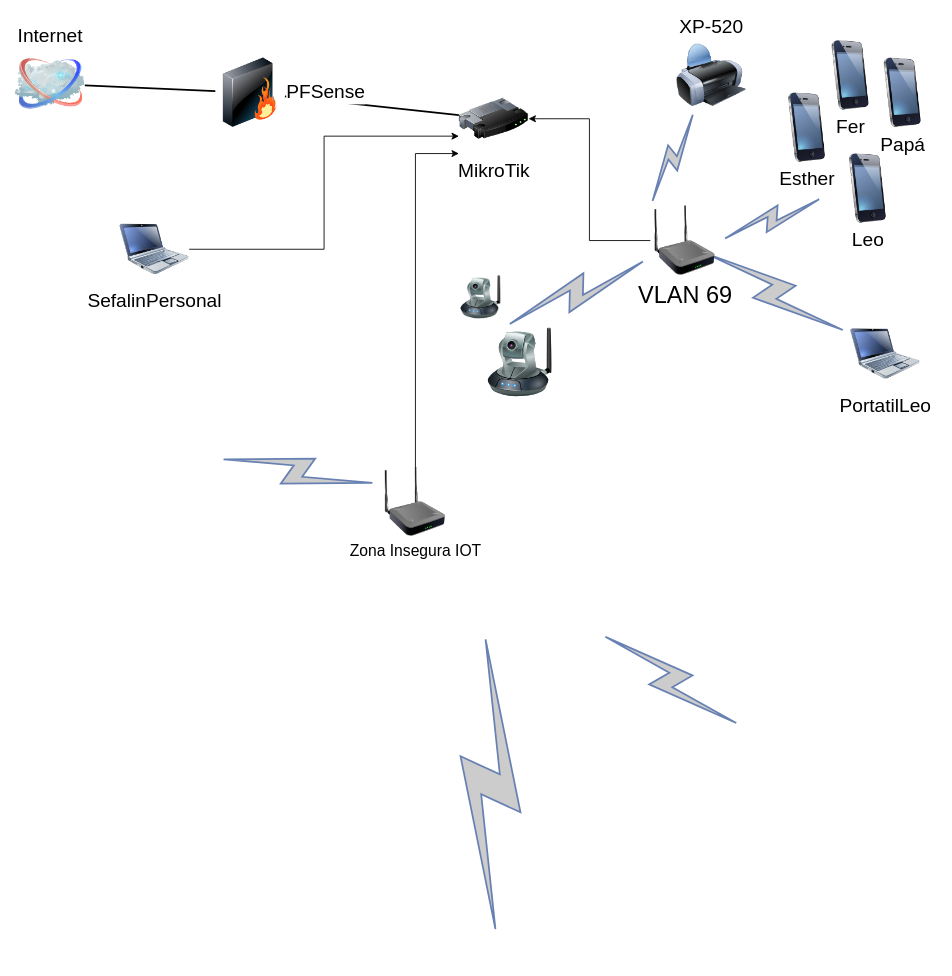
Before: Untitled Diagram.drawio in sefalin84/diagramas, a draw.io diagram. Source tidied: cells renumbered, new cells numbered last; positions are measured from the earlier drawing's top-left corner, leaving out a move shared by most shapes. Both pictures are drawn from the tidied source at 87%, with x=0, y=0 at pixel (15, 40). Pictures stored in the file or linked from it are replaced by grey dashed boxes.
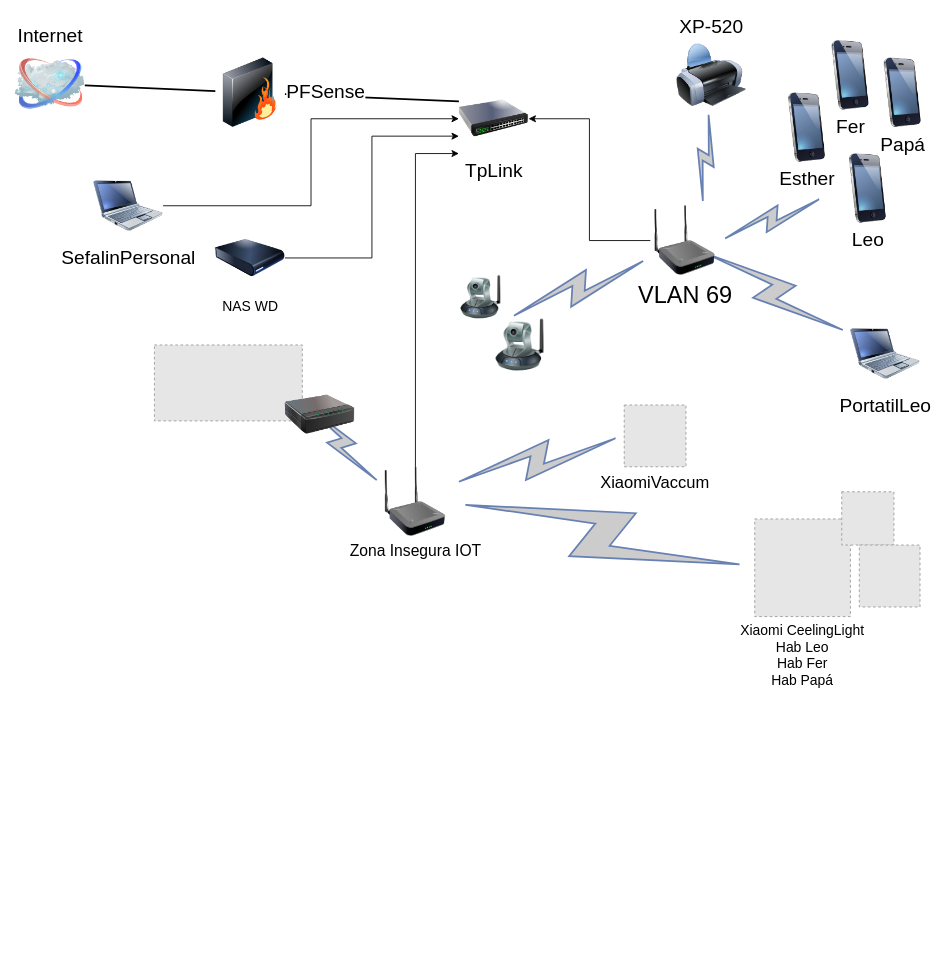
The same page after the edit.

The change refers to these unchanged cells:
```xml
<mxCell id="6" value="PFSense" style="image;html=1;labelBackgroundColor=#ffffff;image=img/lib/clip_art/networking/Firewall_128x128.png;rounded=1;shadow=0;comic=0;strokeWidth=2;fontSize=22;labelPosition=right;verticalLabelPosition=middle;align=left;verticalAlign=middle;" parent="1" vertex="1">
  <mxGeometry x="230" y="20" width="80" height="80" as="geometry" />
</mxCell>
<mxCell id="7" value="XP-520" style="image;html=1;labelBackgroundColor=#ffffff;image=img/lib/clip_art/computers/Printer_128x128.png;rounded=1;shadow=0;comic=0;strokeWidth=2;fontSize=22;labelPosition=center;verticalLabelPosition=top;align=center;verticalAlign=bottom;" parent="1" vertex="1">
  <mxGeometry x="760" width="80" height="80" as="geometry" />
</mxCell>
<mxCell id="19" value="&lt;font style=&quot;font-size: 27px&quot;&gt;VLAN 69&lt;/font&gt;" style="image;html=1;image=img/lib/clip_art/networking/Repeater_128x128.png;" parent="1" vertex="1">
  <mxGeometry x="730" y="190" width="80" height="80" as="geometry" />
</mxCell>
<mxCell id="24" value="Zona Insegura IOT" style="image;html=1;image=img/lib/clip_art/networking/Repeater_128x128.png;fontSize=18;" parent="1" vertex="1">
  <mxGeometry x="420" y="490" width="80" height="80" as="geometry" />
</mxCell>
```

The edit, as a diff of the source:
```diff
@@
-    <mxCell id="2" style="edgeStyle=none;rounded=0;html=1;labelBackgroundColor=none;endArrow=none;strokeWidth=2;fontFamily=Verdana;fontSize=22;" parent="1" edge="1" source="3" target="6">
+    <mxCell id="2" style="edgeStyle=none;rounded=0;html=1;labelBackgroundColor=none;endArrow=none;strokeWidth=2;fontFamily=Verdana;fontSize=22;exitX=0;exitY=0.25;exitDx=0;exitDy=0;" parent="1" edge="1" source="3" target="6">
       <mxGeometry relative="1" as="geometry" />
     </mxCell>
-    <mxCell id="3" value="MikroTik" style="image;html=1;image=img/lib/clip_art/networking/Router_128x128.png;shadow=0;fontFamily=Helvetica;fontSize=22;fontColor=#000000;align=center;strokeColor=#000000;strokeWidth=2;fillColor=#ffffff;comic=0;" parent="1" vertex="1">
+    <mxCell id="3" value="TpLink" style="image;html=1;image=img/lib/clip_art/networking/Switch_128x128.png;shadow=0;fontFamily=Helvetica;fontSize=22;fontColor=#000000;align=center;strokeColor=#000000;strokeWidth=2;fillColor=#ffffff;comic=0;" parent="1" vertex="1">
       <mxGeometry x="510" y="50" width="80" height="80" as="geometry" />
     </mxCell>
@@
-    <mxCell id="9" style="edgeStyle=orthogonalEdgeStyle;rounded=0;jettySize=auto;html=1;entryX=0;entryY=0.75;entryDx=0;entryDy=0;" parent="1" edge="1" source="10" target="3">
+    <mxCell id="9" style="edgeStyle=orthogonalEdgeStyle;rounded=0;jettySize=auto;html=1;entryX=0;entryY=0.5;entryDx=0;entryDy=0;" parent="1" edge="1" source="10" target="3">
       <mxGeometry relative="1" as="geometry" />
     </mxCell>
     <mxCell id="10" value="SefalinPersonal" style="image;html=1;labelBackgroundColor=#ffffff;image=img/lib/clip_art/computers/Netbook_128x128.png;rounded=1;shadow=0;comic=0;strokeColor=#000000;strokeWidth=2;fillColor=#FFFFFF;fontSize=22;fontColor=#000000;" parent="1" vertex="1">
-      <mxGeometry x="120" y="200" width="80" height="80" as="geometry" />
+      <mxGeometry x="90" y="150" width="80" height="80" as="geometry" />
     </mxCell>
@@
-    <mxCell id="12" style="html=1;fillColor=#CCCCCC;strokeColor=#6881B3;gradientColor=none;gradientDirection=north;strokeWidth=2;shape=mxgraph.networks.comm_link_edge;html=1;labelBackgroundColor=none;endArrow=none;fontFamily=Verdana;fontSize=22;fontColor=#000000;entryX=0;entryY=0;entryDx=0;entryDy=0;" parent="1" edge="1" source="7" target="19">
+    <mxCell id="12" style="html=1;fillColor=#CCCCCC;strokeColor=#6881B3;gradientColor=none;gradientDirection=north;strokeWidth=2;shape=mxgraph.networks.comm_link_edge;html=1;labelBackgroundColor=none;endArrow=none;fontFamily=Verdana;fontSize=22;fontColor=#000000;entryX=0.75;entryY=0;entryDx=0;entryDy=0;" parent="1" edge="1" source="7" target="19">
       <mxGeometry relative="1" as="geometry" />
     </mxCell>
-    <mxCell id="13" style="html=1;fillColor=#CCCCCC;strokeColor=#6881B3;gradientColor=none;gradientDirection=north;strokeWidth=2;shape=mxgraph.networks.comm_link_edge;html=1;labelBackgroundColor=none;endArrow=none;fontFamily=Verdana;fontSize=22;fontColor=#000000;fontStyle=1;exitX=0;exitY=0.25;exitDx=0;exitDy=0;" parent="1" edge="1" source="24">
-      <mxGeometry relative="1" as="geometry">
-        <mxPoint x="230" y="480" as="targetPoint" />
-      </mxGeometry>
+    <mxCell id="13" style="html=1;fillColor=#CCCCCC;strokeColor=#6881B3;gradientColor=none;gradientDirection=north;strokeWidth=2;shape=mxgraph.networks.comm_link_edge;html=1;labelBackgroundColor=none;endArrow=none;fontFamily=Verdana;fontSize=22;fontColor=#000000;fontStyle=1;exitX=0;exitY=0.25;exitDx=0;exitDy=0;entryX=1;entryY=0.75;entryDx=0;entryDy=0;" parent="1" edge="1" source="24" target="32">
+      <mxGeometry relative="1" as="geometry" />
     </mxCell>
@@
-    <mxCell id="15" style="html=1;fillColor=#CCCCCC;strokeColor=#6881B3;gradientColor=none;gradientDirection=north;strokeWidth=2;shape=mxgraph.networks.comm_link_edge;html=1;labelBackgroundColor=none;endArrow=none;fontFamily=Verdana;fontSize=22;fontColor=#000000;" parent="1" edge="1">
+    <mxCell id="15" style="html=1;fillColor=#CCCCCC;strokeColor=#6881B3;gradientColor=none;gradientDirection=north;strokeWidth=2;shape=mxgraph.networks.comm_link_edge;html=1;labelBackgroundColor=none;endArrow=none;fontFamily=Verdana;fontSize=22;fontColor=#000000;exitX=0;exitY=0.5;exitDx=0;exitDy=0;entryX=1;entryY=0.5;entryDx=0;entryDy=0;" parent="1" edge="1" source="29" target="24">
       <mxGeometry relative="1" as="geometry">
-        <mxPoint x="552.6" y="1040" as="sourcePoint" />
-        <mxPoint x="540" y="670" as="targetPoint" />
         <Array as="points">
-          <mxPoint x="390" y="790" />
+          <mxPoint x="650" y="570" />
         </Array>
       </mxGeometry>
     </mxCell>
-    <mxCell id="16" style="html=1;fillColor=#CCCCCC;strokeColor=#6881B3;gradientColor=none;gradientDirection=north;strokeWidth=2;shape=mxgraph.networks.comm_link_edge;html=1;labelBackgroundColor=none;endArrow=none;fontFamily=Verdana;fontSize=22;fontColor=#000000;" parent="1" edge="1">
+    <mxCell id="16" style="html=1;fillColor=#CCCCCC;strokeColor=#6881B3;gradientColor=none;gradientDirection=north;strokeWidth=2;shape=mxgraph.networks.comm_link_edge;html=1;labelBackgroundColor=none;endArrow=none;fontFamily=Verdana;fontSize=22;fontColor=#000000;entryX=1;entryY=0.25;entryDx=0;entryDy=0;exitX=0;exitY=0.5;exitDx=0;exitDy=0;" parent="1" edge="1" source="28" target="24">
       <mxGeometry relative="1" as="geometry">
-        <mxPoint x="837.1" y="790" as="sourcePoint" />
-        <mxPoint x="670" y="680" as="targetPoint" />
         <Array as="points">
-          <mxPoint x="620" y="880" />
+          <mxPoint x="432.9" y="560" />
         </Array>
       </mxGeometry>
     </mxCell>
@@
     <mxCell id="20" style="image;html=1;image=img/lib/clip_art/networking/Ip_Camera_128x128.png;" parent="1" vertex="1">
-      <mxGeometry x="540" y="330" width="80" height="80" as="geometry" />
+      <mxGeometry x="550" y="320" width="60" height="60" as="geometry" />
     </mxCell>
@@
+    <mxCell id="28" value="XiaomiVaccum" style="fillColor=#E6E6E6;strokeColor=#999999;dashed=1;verticalLabelPosition=bottom;verticalAlign=top;fontSize=19;" parent="1" vertex="1">
+      <mxGeometry x="700" y="419" width="71" height="71" as="geometry" />
+    </mxCell>
+    <mxCell id="29" value="Xiaomi CeelingLight&#10;Hab Leo&#10;Hab Fer&#10;Hab Papá" style="fillColor=#E6E6E6;strokeColor=#999999;dashed=1;verticalLabelPosition=bottom;verticalAlign=top;fontSize=16;" parent="1" vertex="1">
+      <mxGeometry x="850" y="550" width="110" height="112.2" as="geometry" />
+    </mxCell>
+    <mxCell id="30" style="fillColor=#E6E6E6;strokeColor=#999999;dashed=1;verticalLabelPosition=bottom;verticalAlign=top;fontSize=16;" parent="1" vertex="1">
+      <mxGeometry x="950" y="518.8" width="60" height="61.2" as="geometry" />
+    </mxCell>
+    <mxCell id="31" style="fillColor=#E6E6E6;strokeColor=#999999;dashed=1;verticalLabelPosition=bottom;verticalAlign=top;fontSize=16;" parent="1" vertex="1">
+      <mxGeometry x="970.2" y="580" width="69.8" height="71.2" as="geometry" />
+    </mxCell>
+    <mxCell id="32" style="fillColor=#E6E6E6;strokeColor=#999999;dashed=1;verticalLabelPosition=bottom;verticalAlign=top;" parent="1" vertex="1">
+      <mxGeometry x="160" y="350" width="170" height="87.3" as="geometry" />
+    </mxCell>
+    <mxCell id="33" style="image;html=1;image=img/lib/clip_art/networking/Print_Server_128x128.png;fontSize=16;" parent="1" vertex="1">
+      <mxGeometry x="310" y="390" width="80" height="80" as="geometry" />
+    </mxCell>
+    <mxCell id="34" style="edgeStyle=orthogonalEdgeStyle;rounded=0;jettySize=auto;html=1;entryX=0;entryY=0.75;entryDx=0;entryDy=0;fontSize=16;" parent="1" edge="1" source="35" target="3">
+      <mxGeometry relative="1" as="geometry" />
+    </mxCell>
+    <mxCell id="35" value="NAS WD" style="image;html=1;image=img/lib/clip_art/computers/Harddrive_128x128.png;fontSize=16;" parent="1" vertex="1">
+      <mxGeometry x="230" y="210" width="80" height="80" as="geometry" />
+    </mxCell>
```
